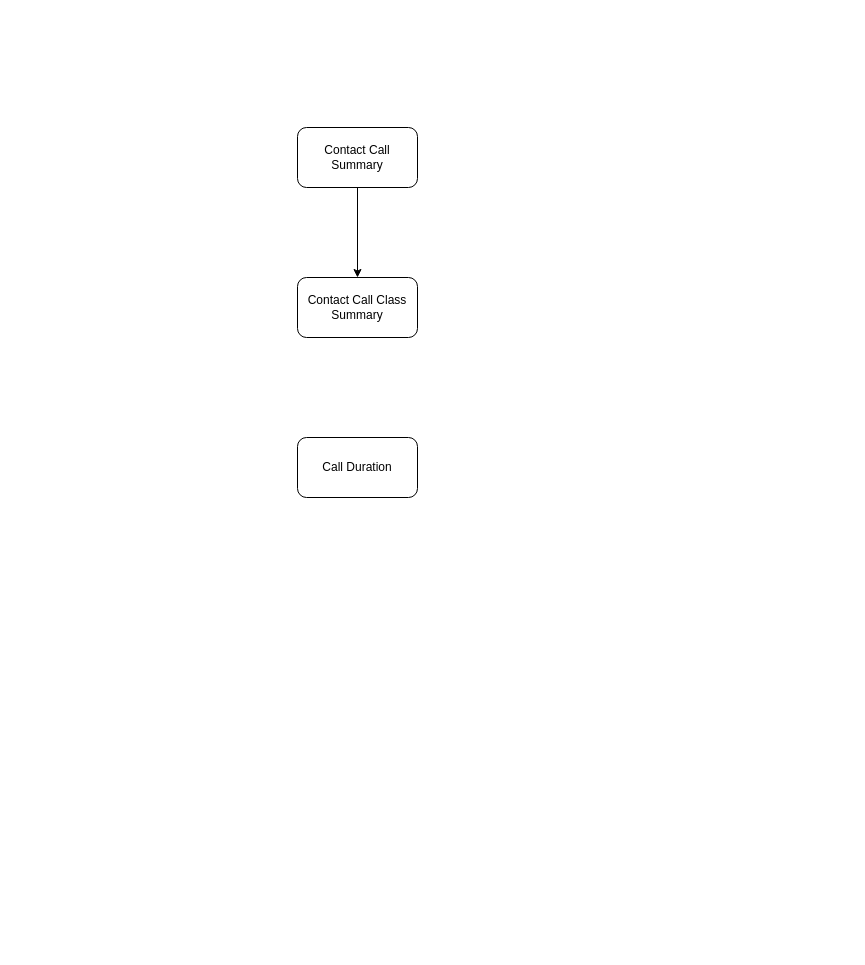
Before: Department of Veteran Affairs/Data Lineage.drawio in dataacumen/da-architectural-diagrams, a draw.io diagram. Source tidied: cells renumbered, new cells numbered last; positions are measured from the earlier drawing's top-left corner, leaving out a move shared by most shapes. Both pictures are drawn from the tidied source at 100%, with x=0, y=0 at pixel (297, 127).
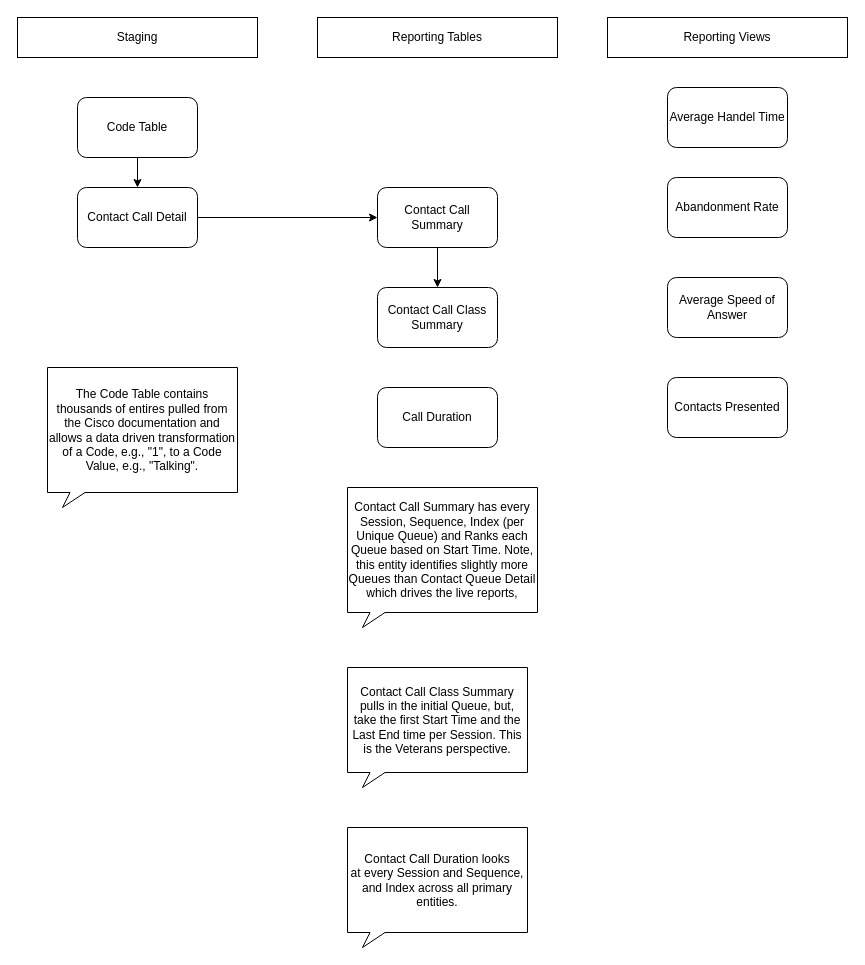
The same page after the edit.

The edit, as a diff of the source:
```diff
@@
     <mxCell id="3" value="Contact Call Summary" style="rounded=1;whiteSpace=wrap;html=1;" parent="1" vertex="1">
-      <mxGeometry width="120" height="60" as="geometry" />
+      <mxGeometry x="80" y="60" width="120" height="60" as="geometry" />
     </mxCell>
     <mxCell id="4" value="Contact Call Class Summary" style="rounded=1;whiteSpace=wrap;html=1;" parent="1" vertex="1">
-      <mxGeometry y="150" width="120" height="60" as="geometry" />
+      <mxGeometry x="80" y="160" width="120" height="60" as="geometry" />
     </mxCell>
     <mxCell id="5" value="Call Duration" style="rounded=1;whiteSpace=wrap;html=1;" parent="1" vertex="1">
-      <mxGeometry y="310" width="120" height="60" as="geometry" />
+      <mxGeometry x="80" y="260" width="120" height="60" as="geometry" />
     </mxCell>
+    <mxCell id="6" style="edgeStyle=orthogonalEdgeStyle;rounded=0;jettySize=auto;html=1;" parent="1" edge="1" source="7" target="3">
+      <mxGeometry relative="1" as="geometry" />
+    </mxCell>
+    <mxCell id="7" value="Contact Call Detail" style="rounded=1;whiteSpace=wrap;html=1;" parent="1" vertex="1">
+      <mxGeometry x="-220" y="60" width="120" height="60" as="geometry" />
+    </mxCell>
+    <mxCell id="8" style="edgeStyle=orthogonalEdgeStyle;rounded=0;jettySize=auto;html=1;exitX=0.5;exitY=1;exitDx=0;exitDy=0;" parent="1" edge="1" source="9" target="7">
+      <mxGeometry relative="1" as="geometry" />
+    </mxCell>
+    <mxCell id="9" value="Code Table" style="rounded=1;whiteSpace=wrap;html=1;" parent="1" vertex="1">
+      <mxGeometry x="-220" y="-30" width="120" height="60" as="geometry" />
+    </mxCell>
+    <mxCell id="10" value="Staging" style="rounded=0;whiteSpace=wrap;html=1;" parent="1" vertex="1">
+      <mxGeometry x="-280" y="-110" width="240" height="40" as="geometry" />
+    </mxCell>
+    <mxCell id="11" value="Reporting Tables" style="rounded=0;whiteSpace=wrap;html=1;" parent="1" vertex="1">
+      <mxGeometry x="20" y="-110" width="240" height="40" as="geometry" />
+    </mxCell>
+    <mxCell id="12" value="Reporting Views" style="rounded=0;whiteSpace=wrap;html=1;" parent="1" vertex="1">
+      <mxGeometry x="310" y="-110" width="240" height="40" as="geometry" />
+    </mxCell>
+    <mxCell id="13" value="Average Handel Time" style="rounded=1;whiteSpace=wrap;html=1;" parent="1" vertex="1">
+      <mxGeometry x="370" y="-40" width="120" height="60" as="geometry" />
+    </mxCell>
+    <mxCell id="14" value="Abandonment Rate" style="rounded=1;whiteSpace=wrap;html=1;" parent="1" vertex="1">
+      <mxGeometry x="370" y="50" width="120" height="60" as="geometry" />
+    </mxCell>
+    <mxCell id="15" value="Average Speed of Answer" style="rounded=1;whiteSpace=wrap;html=1;" parent="1" vertex="1">
+      <mxGeometry x="370" y="150" width="120" height="60" as="geometry" />
+    </mxCell>
+    <mxCell id="16" value="Contacts Presented" style="rounded=1;whiteSpace=wrap;html=1;" parent="1" vertex="1">
+      <mxGeometry x="370" y="250" width="120" height="60" as="geometry" />
+    </mxCell>
+    <mxCell id="17" value="Contact Call Summary has every Session, Sequence, Index (per Unique Queue) and Ranks each Queue based on Start Time. Note, this entity identifies slightly more Queues than Contact Queue Detail which drives the live reports," style="whiteSpace=wrap;html=1;shape=mxgraph.basic.rectCallout;dx=30;dy=15;boundedLbl=1;" parent="1" vertex="1">
+      <mxGeometry x="50" y="360" width="190" height="140" as="geometry" />
+    </mxCell>
+    <mxCell id="18" value="Contact Call Class Summary pulls in the initial Queue, but, take the first Start Time and the Last End time per Session. This is the Veterans perspective." style="whiteSpace=wrap;html=1;shape=mxgraph.basic.rectCallout;dx=30;dy=15;boundedLbl=1;" parent="1" vertex="1">
+      <mxGeometry x="50" y="540" width="180" height="120" as="geometry" />
+    </mxCell>
+    <mxCell id="19" value="Contact Call Duration looks at&amp;nbsp;every Session and Sequence, and Index across all primary entities." style="whiteSpace=wrap;html=1;shape=mxgraph.basic.rectCallout;dx=30;dy=15;boundedLbl=1;" parent="1" vertex="1">
+      <mxGeometry x="50" y="700" width="180" height="120" as="geometry" />
+    </mxCell>
+    <mxCell id="20" value="The Code Table contains thousands of entires pulled from the Cisco documentation and allows a data driven transformation of a Code, e.g., &quot;1&quot;, to a Code Value, e.g., &quot;Talking&quot;." style="whiteSpace=wrap;html=1;shape=mxgraph.basic.rectCallout;dx=30;dy=15;boundedLbl=1;" parent="1" vertex="1">
+      <mxGeometry x="-250" y="240" width="190" height="140" as="geometry" />
+    </mxCell>
```
